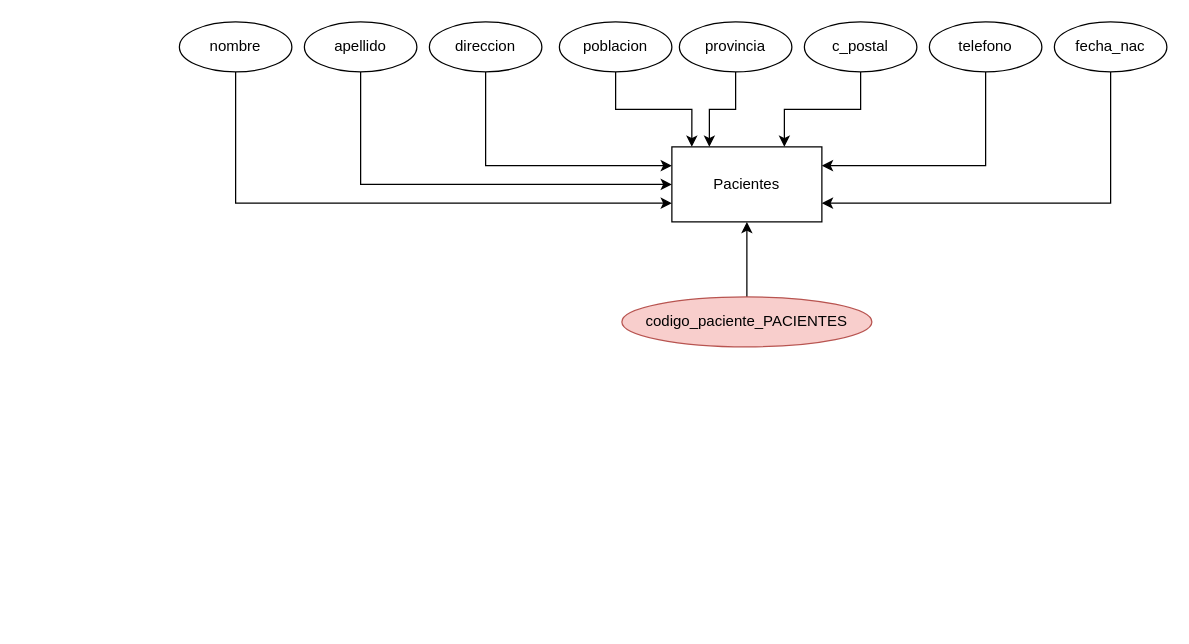
Before: DBsejercicio5.drawio in MaxiFranz/TrayectoP, a draw.io diagram. Source tidied: cells renumbered, new cells numbered last; positions are measured from the earlier drawing's top-left corner, leaving out a move shared by most shapes. Both pictures are drawn from the tidied source at 125%, with x=0, y=0 at pixel (179, 21).
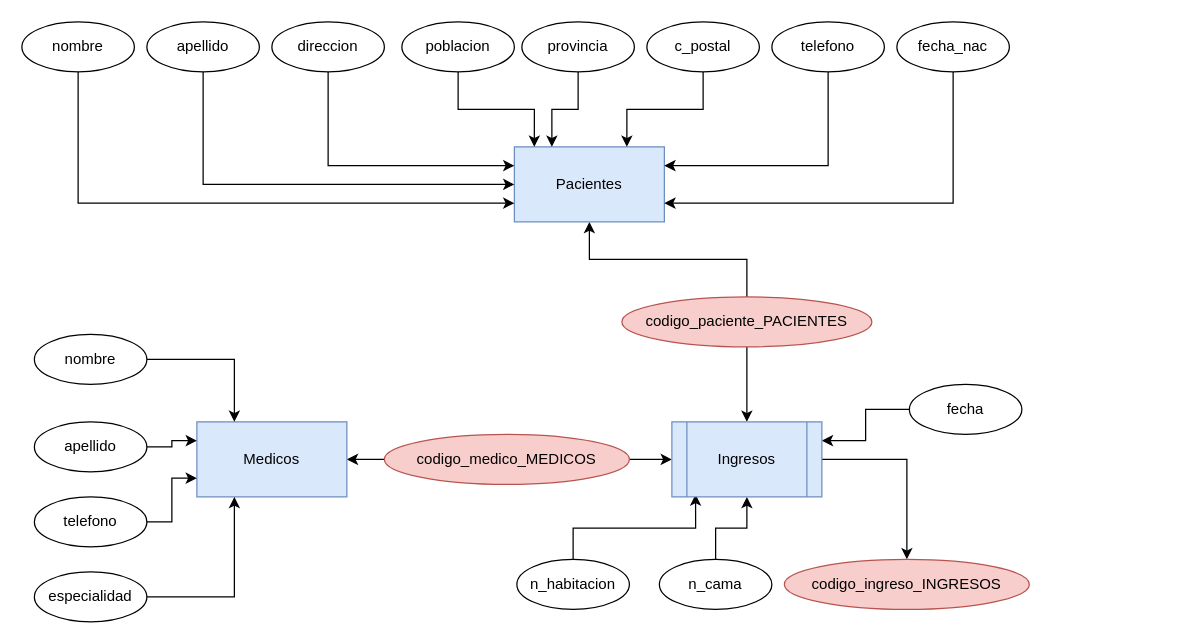
The same page after the edit.

Diff of the diagram source:
```diff
@@
+    <mxCell id="3" style="edgeStyle=orthogonalEdgeStyle;rounded=0;jettySize=auto;html=1;entryX=0.5;entryY=1;entryDx=0;entryDy=0;" parent="1" edge="1" source="4" target="2">
+      <mxGeometry relative="1" as="geometry" />
+    </mxCell>
+    <mxCell id="21" style="edgeStyle=orthogonalEdgeStyle;rounded=0;jettySize=auto;html=1;" parent="1" edge="1" source="4">
+      <mxGeometry relative="1" as="geometry">
+        <mxPoint x="454" y="320" as="targetPoint" />
+      </mxGeometry>
+    </mxCell>
+    <mxCell id="4" value="codigo_paciente_PACIENTES&lt;br&gt;" style="ellipse;whiteSpace=wrap;html=1;fillColor=#f8cecc;strokeColor=#b85450;" parent="1" vertex="1">
+      <mxGeometry x="354" y="220" width="200" height="40" as="geometry" />
+    </mxCell>
+    <mxCell id="22" style="group;" parent="1" vertex="1">
+      <mxGeometry x="-126" width="790" height="160" as="geometry" />
+    </mxCell>
-    <mxCell id="2" value="Pacientes" style="rounded=0;whiteSpace=wrap;html=1;" parent="1" vertex="1">
+    <mxCell id="2" value="Pacientes" style="rounded=0;whiteSpace=wrap;html=1;fillColor=#dae8fc;strokeColor=#6c8ebf;" parent="22" vertex="1">
       <mxGeometry x="394" y="100" width="120" height="60" as="geometry" />
     </mxCell>
-    <mxCell id="3" style="edgeStyle=orthogonalEdgeStyle;rounded=0;jettySize=auto;html=1;entryX=0.5;entryY=1;entryDx=0;entryDy=0;" parent="1" edge="1" source="4" target="2">
-      <mxGeometry relative="1" as="geometry" />
-    </mxCell>
-    <mxCell id="4" value="codigo_paciente_PACIENTES&lt;br&gt;" style="ellipse;whiteSpace=wrap;html=1;fillColor=#f8cecc;strokeColor=#b85450;" parent="1" vertex="1">
-      <mxGeometry x="354" y="220" width="200" height="40" as="geometry" />
-    </mxCell>
-    <mxCell id="5" style="edgeStyle=orthogonalEdgeStyle;rounded=0;jettySize=auto;html=1;entryX=0;entryY=0.75;entryDx=0;entryDy=0;exitX=0.5;exitY=1;exitDx=0;exitDy=0;" parent="1" edge="1" source="6" target="2">
+    <mxCell id="5" style="edgeStyle=orthogonalEdgeStyle;rounded=0;jettySize=auto;html=1;entryX=0;entryY=0.75;entryDx=0;entryDy=0;exitX=0.5;exitY=1;exitDx=0;exitDy=0;" parent="22" edge="1" source="6" target="2">
       <mxGeometry relative="1" as="geometry" />
     </mxCell>
-    <mxCell id="6" value="nombre" style="ellipse;whiteSpace=wrap;html=1;" parent="1" vertex="1">
+    <mxCell id="6" value="nombre" style="ellipse;whiteSpace=wrap;html=1;" parent="22" vertex="1">
       <mxGeometry width="90" height="40" as="geometry" />
     </mxCell>
-    <mxCell id="7" value="apellido" style="ellipse;whiteSpace=wrap;html=1;" parent="1" vertex="1">
+    <mxCell id="7" value="apellido" style="ellipse;whiteSpace=wrap;html=1;" parent="22" vertex="1">
       <mxGeometry x="100" width="90" height="40" as="geometry" />
     </mxCell>
-    <mxCell id="8" value="direccion" style="ellipse;whiteSpace=wrap;html=1;" parent="1" vertex="1">
+    <mxCell id="8" value="direccion" style="ellipse;whiteSpace=wrap;html=1;" parent="22" vertex="1">
       <mxGeometry x="200" width="90" height="40" as="geometry" />
     </mxCell>
-    <mxCell id="9" value="poblacion" style="ellipse;whiteSpace=wrap;html=1;" parent="1" vertex="1">
+    <mxCell id="9" value="poblacion" style="ellipse;whiteSpace=wrap;html=1;" parent="22" vertex="1">
       <mxGeometry x="304" width="90" height="40" as="geometry" />
     </mxCell>
-    <mxCell id="10" style="edgeStyle=orthogonalEdgeStyle;rounded=0;jettySize=auto;html=1;entryX=0.25;entryY=0;entryDx=0;entryDy=0;" parent="1" edge="1" source="11" target="2">
+    <mxCell id="10" style="edgeStyle=orthogonalEdgeStyle;rounded=0;jettySize=auto;html=1;entryX=0.25;entryY=0;entryDx=0;entryDy=0;" parent="22" edge="1" source="11" target="2">
       <mxGeometry relative="1" as="geometry" />
     </mxCell>
-    <mxCell id="11" value="provincia" style="ellipse;whiteSpace=wrap;html=1;" parent="1" vertex="1">
+    <mxCell id="11" value="provincia" style="ellipse;whiteSpace=wrap;html=1;" parent="22" vertex="1">
       <mxGeometry x="400" width="90" height="40" as="geometry" />
     </mxCell>
-    <mxCell id="12" style="edgeStyle=orthogonalEdgeStyle;rounded=0;jettySize=auto;html=1;entryX=0.75;entryY=0;entryDx=0;entryDy=0;exitX=0.5;exitY=1;exitDx=0;exitDy=0;" parent="1" edge="1" source="13" target="2">
+    <mxCell id="12" style="edgeStyle=orthogonalEdgeStyle;rounded=0;jettySize=auto;html=1;entryX=0.75;entryY=0;entryDx=0;entryDy=0;exitX=0.5;exitY=1;exitDx=0;exitDy=0;" parent="22" edge="1" source="13" target="2">
       <mxGeometry relative="1" as="geometry" />
     </mxCell>
-    <mxCell id="13" value="c_postal" style="ellipse;whiteSpace=wrap;html=1;" parent="1" vertex="1">
+    <mxCell id="13" value="c_postal" style="ellipse;whiteSpace=wrap;html=1;" parent="22" vertex="1">
       <mxGeometry x="500" width="90" height="40" as="geometry" />
     </mxCell>
-    <mxCell id="14" style="edgeStyle=orthogonalEdgeStyle;rounded=0;jettySize=auto;html=1;entryX=1;entryY=0.25;entryDx=0;entryDy=0;exitX=0.5;exitY=1;exitDx=0;exitDy=0;" parent="1" edge="1" source="15" target="2">
+    <mxCell id="14" style="edgeStyle=orthogonalEdgeStyle;rounded=0;jettySize=auto;html=1;entryX=1;entryY=0.25;entryDx=0;entryDy=0;exitX=0.5;exitY=1;exitDx=0;exitDy=0;" parent="22" edge="1" source="15" target="2">
       <mxGeometry relative="1" as="geometry" />
     </mxCell>
-    <mxCell id="15" value="telefono" style="ellipse;whiteSpace=wrap;html=1;" parent="1" vertex="1">
+    <mxCell id="15" value="telefono" style="ellipse;whiteSpace=wrap;html=1;" parent="22" vertex="1">
       <mxGeometry x="600" width="90" height="40" as="geometry" />
     </mxCell>
-    <mxCell id="16" style="edgeStyle=orthogonalEdgeStyle;rounded=0;jettySize=auto;html=1;entryX=1;entryY=0.75;entryDx=0;entryDy=0;exitX=0.5;exitY=1;exitDx=0;exitDy=0;" parent="1" edge="1" source="17" target="2">
+    <mxCell id="16" style="edgeStyle=orthogonalEdgeStyle;rounded=0;jettySize=auto;html=1;entryX=1;entryY=0.75;entryDx=0;entryDy=0;exitX=0.5;exitY=1;exitDx=0;exitDy=0;" parent="22" edge="1" source="17" target="2">
       <mxGeometry relative="1" as="geometry" />
     </mxCell>
-    <mxCell id="17" value="fecha_nac" style="ellipse;whiteSpace=wrap;html=1;" parent="1" vertex="1">
+    <mxCell id="17" value="fecha_nac" style="ellipse;whiteSpace=wrap;html=1;" parent="22" vertex="1">
       <mxGeometry x="700" width="90" height="40" as="geometry" />
     </mxCell>
-    <mxCell id="18" style="edgeStyle=orthogonalEdgeStyle;rounded=0;jettySize=auto;html=1;entryX=0;entryY=0.5;entryDx=0;entryDy=0;exitX=0.5;exitY=1;exitDx=0;exitDy=0;" parent="1" edge="1" source="7" target="2">
+    <mxCell id="18" style="edgeStyle=orthogonalEdgeStyle;rounded=0;jettySize=auto;html=1;entryX=0;entryY=0.5;entryDx=0;entryDy=0;exitX=0.5;exitY=1;exitDx=0;exitDy=0;" parent="22" edge="1" source="7" target="2">
       <mxGeometry relative="1" as="geometry" />
     </mxCell>
-    <mxCell id="19" style="edgeStyle=orthogonalEdgeStyle;rounded=0;jettySize=auto;html=1;entryX=0;entryY=0.25;entryDx=0;entryDy=0;exitX=0.5;exitY=1;exitDx=0;exitDy=0;" parent="1" edge="1" source="8" target="2">
+    <mxCell id="19" style="edgeStyle=orthogonalEdgeStyle;rounded=0;jettySize=auto;html=1;entryX=0;entryY=0.25;entryDx=0;entryDy=0;exitX=0.5;exitY=1;exitDx=0;exitDy=0;" parent="22" edge="1" source="8" target="2">
       <mxGeometry relative="1" as="geometry" />
     </mxCell>
-    <mxCell id="20" style="edgeStyle=orthogonalEdgeStyle;rounded=0;jettySize=auto;html=1;entryX=0.133;entryY=0;entryDx=0;entryDy=0;entryPerimeter=0;" parent="1" edge="1" source="9" target="2">
+    <mxCell id="20" style="edgeStyle=orthogonalEdgeStyle;rounded=0;jettySize=auto;html=1;entryX=0.133;entryY=0;entryDx=0;entryDy=0;entryPerimeter=0;" parent="22" edge="1" source="9" target="2">
       <mxGeometry relative="1" as="geometry" />
     </mxCell>
+    <mxCell id="23" style="edgeStyle=orthogonalEdgeStyle;rounded=0;jettySize=auto;html=1;entryX=1;entryY=0.5;entryDx=0;entryDy=0;" parent="1" edge="1" source="25" target="27">
+      <mxGeometry relative="1" as="geometry" />
+    </mxCell>
+    <mxCell id="24" style="edgeStyle=orthogonalEdgeStyle;rounded=0;jettySize=auto;html=1;entryX=0;entryY=0.5;entryDx=0;entryDy=0;" parent="1" edge="1" source="25">
+      <mxGeometry relative="1" as="geometry">
+        <mxPoint x="394" y="350" as="targetPoint" />
+      </mxGeometry>
+    </mxCell>
+    <mxCell id="25" value="codigo_medico_MEDICOS" style="ellipse;whiteSpace=wrap;html=1;fillColor=#f8cecc;strokeColor=#b85450;" parent="1" vertex="1">
+      <mxGeometry x="164" y="330" width="196" height="40" as="geometry" />
+    </mxCell>
+    <mxCell id="26" style="group;" parent="1" vertex="1">
+      <mxGeometry x="-116" y="250" width="250" height="230" as="geometry" />
+    </mxCell>
+    <mxCell id="27" value="Medicos" style="rounded=0;whiteSpace=wrap;html=1;fillColor=#dae8fc;strokeColor=#6c8ebf;" parent="26" vertex="1">
+      <mxGeometry x="130" y="70" width="120" height="60" as="geometry" />
+    </mxCell>
+    <mxCell id="28" style="edgeStyle=orthogonalEdgeStyle;rounded=0;jettySize=auto;html=1;entryX=0.25;entryY=0;entryDx=0;entryDy=0;" parent="26" edge="1" source="29" target="27">
+      <mxGeometry relative="1" as="geometry" />
+    </mxCell>
+    <mxCell id="29" value="nombre" style="ellipse;whiteSpace=wrap;html=1;" parent="26" vertex="1">
+      <mxGeometry width="90" height="40" as="geometry" />
+    </mxCell>
+    <mxCell id="30" style="edgeStyle=orthogonalEdgeStyle;rounded=0;jettySize=auto;html=1;entryX=0;entryY=0.25;entryDx=0;entryDy=0;" parent="26" edge="1" source="31" target="27">
+      <mxGeometry relative="1" as="geometry" />
+    </mxCell>
+    <mxCell id="31" value="apellido" style="ellipse;whiteSpace=wrap;html=1;" parent="26" vertex="1">
+      <mxGeometry y="70" width="90" height="40" as="geometry" />
+    </mxCell>
+    <mxCell id="32" style="edgeStyle=orthogonalEdgeStyle;rounded=0;jettySize=auto;html=1;entryX=0;entryY=0.75;entryDx=0;entryDy=0;" parent="26" edge="1" source="33" target="27">
+      <mxGeometry relative="1" as="geometry" />
+    </mxCell>
+    <mxCell id="33" value="telefono" style="ellipse;whiteSpace=wrap;html=1;" parent="26" vertex="1">
+      <mxGeometry y="130" width="90" height="40" as="geometry" />
+    </mxCell>
+    <mxCell id="34" style="edgeStyle=orthogonalEdgeStyle;rounded=0;jettySize=auto;html=1;entryX=0.25;entryY=1;entryDx=0;entryDy=0;" parent="26" edge="1" source="35" target="27">
+      <mxGeometry relative="1" as="geometry" />
+    </mxCell>
+    <mxCell id="35" value="especialidad" style="ellipse;whiteSpace=wrap;html=1;" parent="26" vertex="1">
+      <mxGeometry y="190" width="90" height="40" as="geometry" />
+    </mxCell>
+    <mxCell id="36" style="edgeStyle=orthogonalEdgeStyle;rounded=0;jettySize=auto;html=1;entryX=0.5;entryY=0;entryDx=0;entryDy=0;exitX=1;exitY=0.5;exitDx=0;exitDy=0;" parent="1" edge="1" source="44" target="37">
+      <mxGeometry relative="1" as="geometry" />
+    </mxCell>
+    <mxCell id="37" value="codigo_ingreso_INGRESOS" style="ellipse;whiteSpace=wrap;html=1;fillColor=#f8cecc;strokeColor=#b85450;" parent="1" vertex="1">
+      <mxGeometry x="484" y="430" width="196" height="40" as="geometry" />
+    </mxCell>
+    <mxCell id="38" style="edgeStyle=orthogonalEdgeStyle;rounded=0;jettySize=auto;html=1;entryX=0.158;entryY=0.967;entryDx=0;entryDy=0;exitX=0.5;exitY=0;exitDx=0;exitDy=0;entryPerimeter=0;" parent="1" edge="1" source="39" target="44">
+      <mxGeometry relative="1" as="geometry" />
+    </mxCell>
+    <mxCell id="39" value="n_habitacion" style="ellipse;whiteSpace=wrap;html=1;" parent="1" vertex="1">
+      <mxGeometry x="270" y="430" width="90" height="40" as="geometry" />
+    </mxCell>
+    <mxCell id="40" style="edgeStyle=orthogonalEdgeStyle;rounded=0;jettySize=auto;html=1;entryX=0.5;entryY=1;entryDx=0;entryDy=0;" parent="1" edge="1" source="41" target="44">
+      <mxGeometry relative="1" as="geometry" />
+    </mxCell>
+    <mxCell id="41" value="n_cama" style="ellipse;whiteSpace=wrap;html=1;" parent="1" vertex="1">
+      <mxGeometry x="384" y="430" width="90" height="40" as="geometry" />
+    </mxCell>
+    <mxCell id="42" style="edgeStyle=orthogonalEdgeStyle;rounded=0;jettySize=auto;html=1;entryX=1;entryY=0.25;entryDx=0;entryDy=0;" parent="1" edge="1" source="43" target="44">
+      <mxGeometry relative="1" as="geometry" />
+    </mxCell>
+    <mxCell id="43" value="fecha" style="ellipse;whiteSpace=wrap;html=1;" parent="1" vertex="1">
+      <mxGeometry x="584" y="290" width="90" height="40" as="geometry" />
+    </mxCell>
+    <mxCell id="44" value="Ingresos" style="shape=process;whiteSpace=wrap;html=1;backgroundOutline=1;fillColor=#dae8fc;strokeColor=#6c8ebf;" parent="1" vertex="1">
+      <mxGeometry x="394" y="320" width="120" height="60" as="geometry" />
+    </mxCell>
```
